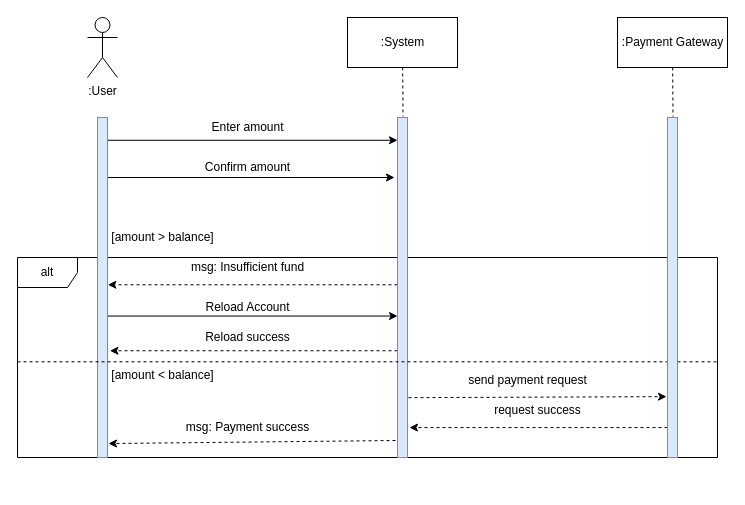
This is ewallet usecase.drawio from izqalan/drawio, a draw.io file, before an edit. Source tidied: cells renumbered, new cells numbered last; positions are measured from the earlier drawing's top-left corner, leaving out a move shared by most shapes. Both pictures are drawn from the tidied source at 100%, with x=0, y=0 at pixel (17, 17).
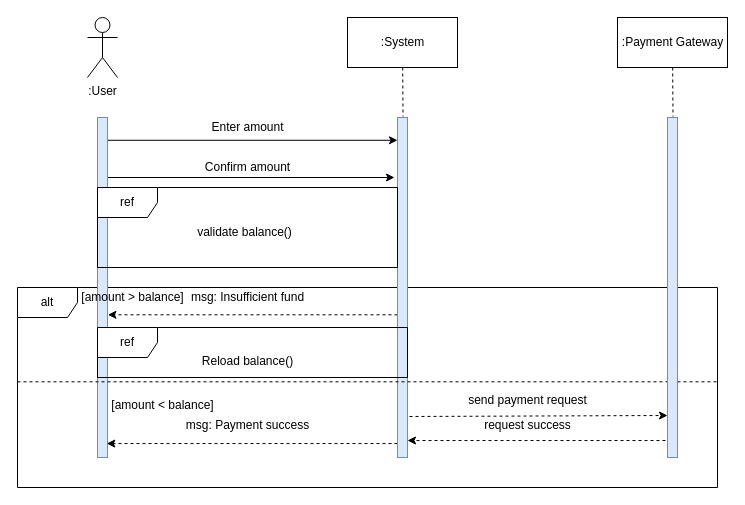
Above is the later version.

The change refers to these unchanged cells:
```xml
<mxCell id="7" style="html=1;points=[];perimeter=orthogonalPerimeter;fillColor=#dae8fc;strokeColor=#6c8ebf;" parent="1" vertex="1">
  <mxGeometry x="80" y="100" width="10" height="340" as="geometry" />
</mxCell>
<mxCell id="12" style="html=1;points=[];perimeter=orthogonalPerimeter;fillColor=#dae8fc;strokeColor=#6c8ebf;" parent="1" vertex="1">
  <mxGeometry x="380" y="100" width="10" height="340" as="geometry" />
</mxCell>
<mxCell id="25" style="html=1;points=[];perimeter=orthogonalPerimeter;fillColor=#dae8fc;strokeColor=#6c8ebf;" parent="1" vertex="1">
  <mxGeometry x="650" y="100" width="10" height="340" as="geometry" />
</mxCell>
```

The edit, as a diff of the source:
```diff
@@
     <mxCell id="2" value="alt" style="shape=umlFrame;whiteSpace=wrap;html=1;" parent="1" vertex="1">
-      <mxGeometry y="240" width="700" height="200" as="geometry" />
+      <mxGeometry y="270" width="700" height="200" as="geometry" />
     </mxCell>
@@
-    <mxCell id="6" style="edgeStyle=none;rounded=0;jettySize=auto;html=1;entryX=0.003;entryY=0.584;entryDx=0;entryDy=0;entryPerimeter=0;endArrow=classic;endFill=1;" parent="1" edge="1" source="7" target="12">
-      <mxGeometry relative="1" as="geometry" />
-    </mxCell>
@@
-    <mxCell id="8" style="edgeStyle=none;rounded=0;jettySize=auto;html=1;entryX=1.038;entryY=0.492;entryDx=0;entryDy=0;entryPerimeter=0;dashed=1;" parent="1" edge="1" source="12" target="7">
-      <mxGeometry relative="1" as="geometry" />
+    <mxCell id="8" style="edgeStyle=none;rounded=0;orthogonalLoop=1;jettySize=auto;html=1;entryX=1.038;entryY=0.492;entryDx=0;entryDy=0;entryPerimeter=0;dashed=1;" parent="1" edge="1">
+      <mxGeometry relative="1" as="geometry">
+        <mxPoint x="380" y="297.3" as="sourcePoint" />
+        <mxPoint x="90.4" y="297.3" as="targetPoint" />
+      </mxGeometry>
     </mxCell>
-    <mxCell id="9" style="edgeStyle=none;rounded=0;jettySize=auto;html=1;entryX=1.1;entryY=0.959;entryDx=0;entryDy=0;entryPerimeter=0;dashed=1;exitX=-0.2;exitY=0.95;exitDx=0;exitDy=0;exitPerimeter=0;" parent="1" edge="1" source="12" target="7">
-      <mxGeometry relative="1" as="geometry" />
-    </mxCell>
-    <mxCell id="10" style="edgeStyle=none;rounded=0;jettySize=auto;html=1;entryX=1.245;entryY=0.686;entryDx=0;entryDy=0;entryPerimeter=0;dashed=1;endArrow=classic;endFill=1;" parent="1" edge="1" source="12" target="7">
-      <mxGeometry relative="1" as="geometry" />
-    </mxCell>
-    <mxCell id="11" style="edgeStyle=none;rounded=0;jettySize=auto;html=1;entryX=-0.1;entryY=0.821;entryDx=0;entryDy=0;entryPerimeter=0;exitX=1.1;exitY=0.824;exitDx=0;exitDy=0;exitPerimeter=0;dashed=1;" parent="1" edge="1" source="12" target="25">
-      <mxGeometry relative="1" as="geometry" />
+    <mxCell id="11" style="edgeStyle=none;rounded=0;orthogonalLoop=1;jettySize=auto;html=1;entryX=-0.1;entryY=0.821;entryDx=0;entryDy=0;entryPerimeter=0;exitX=1.1;exitY=0.824;exitDx=0;exitDy=0;exitPerimeter=0;dashed=1;" parent="1" edge="1">
+      <mxGeometry relative="1" as="geometry">
+        <mxPoint x="392" y="399" as="sourcePoint" />
+        <mxPoint x="650" y="398" as="targetPoint" />
+      </mxGeometry>
     </mxCell>
+    <mxCell id="30" style="edgeStyle=none;rounded=0;jettySize=auto;html=1;entryX=0.929;entryY=0.959;entryDx=0;entryDy=0;entryPerimeter=0;dashed=1;" parent="1" edge="1" source="12" target="7">
+      <mxGeometry relative="1" as="geometry" />
+    </mxCell>
@@
     <mxCell id="16" value="msg: Insufficient fund" style="text;html=1;align=center;verticalAlign=middle;strokeColor=none;fillColor=none;" parent="1" vertex="1">
-      <mxGeometry x="170" y="240" width="120" height="20" as="geometry" />
+      <mxGeometry x="170" y="270" width="120" height="20" as="geometry" />
     </mxCell>
@@
     <mxCell id="18" value="msg: Payment success" style="text;html=1;align=center;verticalAlign=middle;strokeColor=none;fillColor=none;" parent="1" vertex="1">
-      <mxGeometry x="170" y="400" width="120" height="20" as="geometry" />
+      <mxGeometry x="170" y="398" width="120" height="20" as="geometry" />
     </mxCell>
     <mxCell id="19" style="line;strokeWidth=1;fillColor=none;align=left;verticalAlign=middle;spacingTop=-1;spacingLeft=3;spacingRight=3;labelPosition=right;dashed=1;" parent="1" vertex="1">
-      <mxGeometry y="340" width="700" height="8.6" as="geometry" />
+      <mxGeometry y="360" width="700" height="8.6" as="geometry" />
     </mxCell>
     <mxCell id="20" value="[amount &amp;gt; balance]" style="text;html=1;align=center;verticalAlign=middle;strokeColor=none;fillColor=none;" parent="1" vertex="1">
-      <mxGeometry x="90" y="210" width="110" height="20" as="geometry" />
+      <mxGeometry x="60" y="270" width="110" height="20" as="geometry" />
     </mxCell>
     <mxCell id="21" value="[amount &amp;lt; balance]" style="text;html=1;align=center;verticalAlign=middle;strokeColor=none;fillColor=none;" parent="1" vertex="1">
-      <mxGeometry x="90" y="348" width="110" height="20" as="geometry" />
+      <mxGeometry x="90" y="378" width="110" height="20" as="geometry" />
     </mxCell>
-    <mxCell id="22" value="Reload Account" style="text;html=1;align=center;verticalAlign=middle;strokeColor=none;fillColor=none;" parent="1" vertex="1">
-      <mxGeometry x="185" y="280" width="90" height="20" as="geometry" />
-    </mxCell>
-    <mxCell id="23" value="Reload success" style="text;html=1;align=center;verticalAlign=middle;strokeColor=none;fillColor=none;" parent="1" vertex="1">
-      <mxGeometry x="185" y="310" width="90" height="20" as="geometry" />
-    </mxCell>
-    <mxCell id="24" style="edgeStyle=none;rounded=0;jettySize=auto;html=1;entryX=1.2;entryY=0.912;entryDx=0;entryDy=0;entryPerimeter=0;dashed=1;" parent="1" edge="1" source="25" target="12">
-      <mxGeometry relative="1" as="geometry" />
+    <mxCell id="24" style="edgeStyle=none;rounded=0;orthogonalLoop=1;jettySize=auto;html=1;entryX=1.2;entryY=0.912;entryDx=0;entryDy=0;entryPerimeter=0;dashed=1;" parent="1" edge="1">
+      <mxGeometry relative="1" as="geometry">
+        <mxPoint x="648" y="423" as="sourcePoint" />
+        <mxPoint x="390" y="423" as="targetPoint" />
+      </mxGeometry>
     </mxCell>
@@
     <mxCell id="28" value="send payment request" style="text;html=1;align=center;verticalAlign=middle;strokeColor=none;fillColor=none;" parent="1" vertex="1">
-      <mxGeometry x="440" y="348" width="140" height="30" as="geometry" />
+      <mxGeometry x="440" y="368" width="140" height="30" as="geometry" />
     </mxCell>
     <mxCell id="29" value="request success" style="text;html=1;align=center;verticalAlign=middle;strokeColor=none;fillColor=none;" parent="1" vertex="1">
-      <mxGeometry x="465" y="378" width="110" height="30" as="geometry" />
+      <mxGeometry x="455" y="393" width="110" height="30" as="geometry" />
     </mxCell>
+    <mxCell id="31" style="group;" parent="1" vertex="1">
+      <mxGeometry x="80" y="170" width="300" height="80" as="geometry" />
+    </mxCell>
+    <mxCell id="32" value="ref" style="shape=umlFrame;whiteSpace=wrap;html=1;" parent="31" vertex="1">
+      <mxGeometry width="300" height="80" as="geometry" />
+    </mxCell>
+    <mxCell id="33" value="validate balance()" style="text;html=1;align=center;verticalAlign=middle;strokeColor=none;fillColor=none;" parent="31" vertex="1">
+      <mxGeometry x="87.1" y="30" width="120" height="30" as="geometry" />
+    </mxCell>
+    <mxCell id="34" style="group;" parent="1" vertex="1">
+      <mxGeometry x="80" y="310" width="310" height="50" as="geometry" />
+    </mxCell>
+    <mxCell id="35" value="ref" style="shape=umlFrame;whiteSpace=wrap;html=1;" parent="34" vertex="1">
+      <mxGeometry width="310" height="50" as="geometry" />
+    </mxCell>
+    <mxCell id="36" value="Reload balance()" style="text;html=1;align=center;verticalAlign=middle;strokeColor=none;fillColor=none;" parent="34" vertex="1">
+      <mxGeometry x="95" y="18.8" width="110" height="30" as="geometry" />
+    </mxCell>
```
